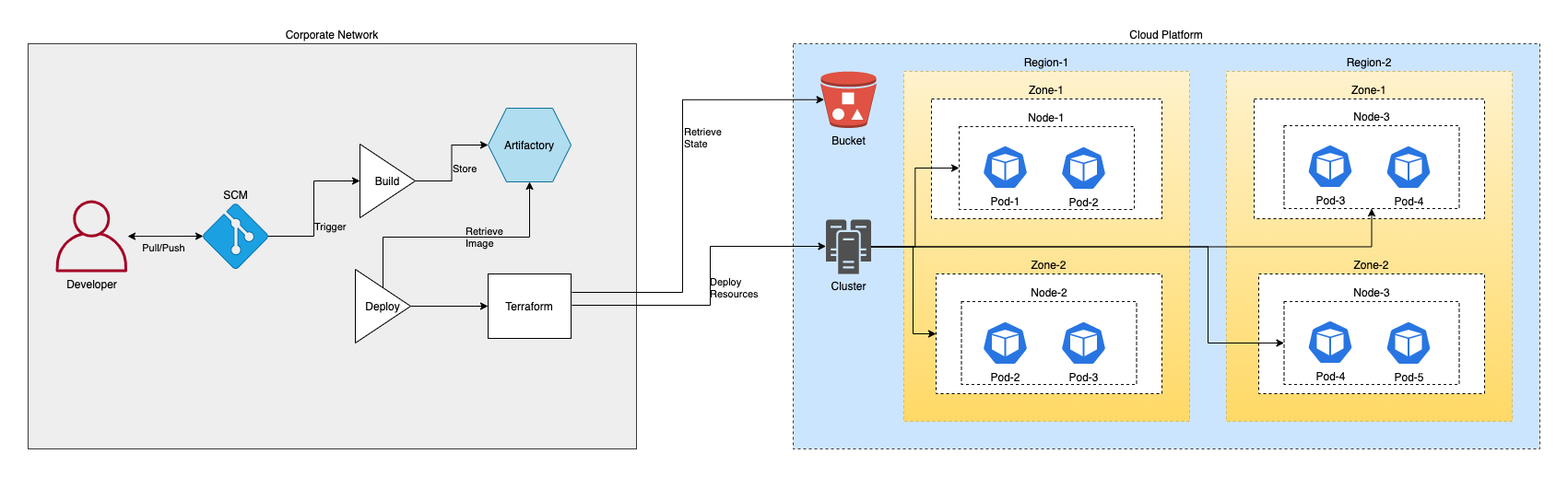
The draw.io diagram docs/generic-devops.png in sarathcakurathi/knowledge, before a commit. Source tidied: cells renumbered, new cells last; positions are measured from the earlier drawing's top-left corner, leaving out a move shared by most shapes.
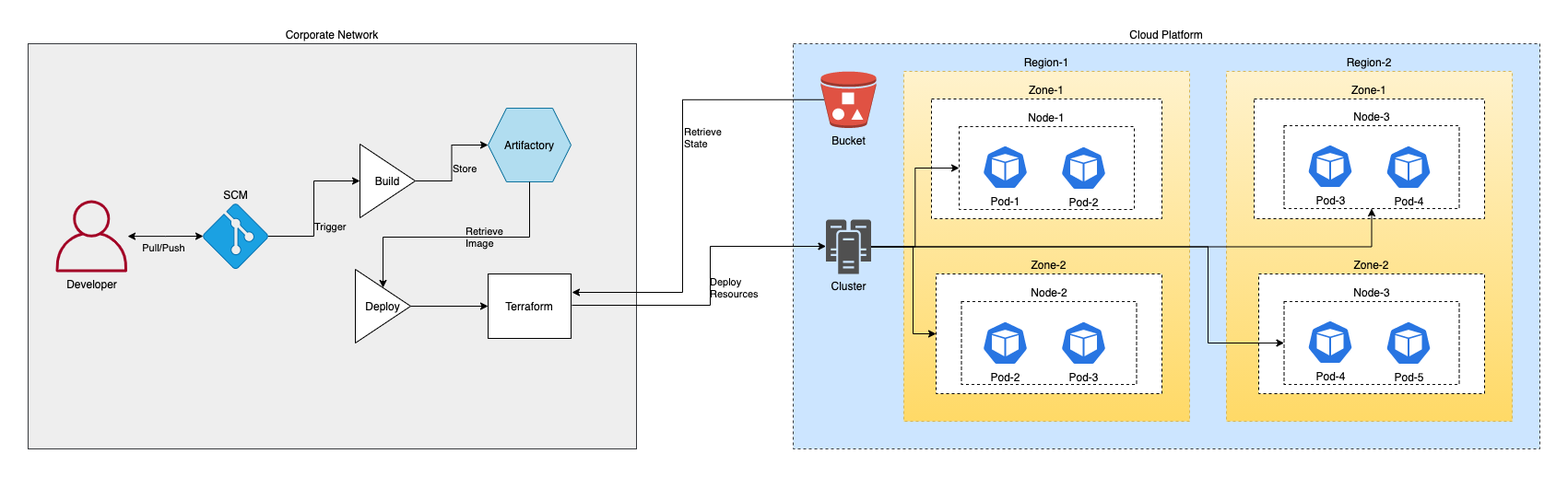
After the change.

Change to the diagram source:
```diff
@@ -55,7 +55,7 @@
     <mxCell id="18" value="Zone-2" style="rounded=0;whiteSpace=wrap;html=1;dashed=1;fontColor=#000000;strokeWidth=1;gradientColor=none;labelPosition=center;verticalLabelPosition=top;align=center;verticalAlign=bottom;" parent="1" vertex="1">
       <mxGeometry x="1335" y="250" width="245" height="130" as="geometry" />
     </mxCell>
-    <mxCell id="19" style="edgeStyle=orthogonalEdgeStyle;rounded=0;jettySize=auto;html=1;fontColor=#000000;startArrow=none;startFill=0;exitX=0.5;exitY=0;exitDx=0;exitDy=0;" parent="1" edge="1" source="46" target="12">
+    <mxCell id="19" style="edgeStyle=orthogonalEdgeStyle;rounded=0;jettySize=auto;html=1;fontColor=#000000;startArrow=classic;startFill=1;exitX=0.5;exitY=0;exitDx=0;exitDy=0;endArrow=none;endFill=0;" parent="1" edge="1" source="46" target="12">
       <mxGeometry relative="1" as="geometry">
         <Array as="points">
           <mxPoint x="385" y="210" />
@@ -78,7 +78,7 @@
     <mxCell id="22" value="Deploy&amp;nbsp;&lt;br&gt;Resources" style="edgeLabel;html=1;align=left;verticalAlign=middle;fontColor=#000000;labelPosition=right;verticalLabelPosition=middle;labelBackgroundColor=none;" parent="21" vertex="1">
       <mxGeometry y="2" relative="1" as="geometry" />
     </mxCell>
-    <mxCell id="23" style="edgeStyle=orthogonalEdgeStyle;rounded=0;jettySize=auto;html=1;entryX=0.06;entryY=0.5;entryDx=0;entryDy=0;entryPerimeter=0;fontColor=#000000;startArrow=none;startFill=0;endArrow=classic;endFill=1;" parent="1" edge="1" target="25">
+    <mxCell id="23" style="edgeStyle=orthogonalEdgeStyle;rounded=0;jettySize=auto;html=1;entryX=0.06;entryY=0.5;entryDx=0;entryDy=0;entryPerimeter=0;fontColor=#000000;startArrow=classic;startFill=1;endArrow=none;endFill=0;" parent="1" edge="1" target="25">
       <mxGeometry relative="1" as="geometry">
         <mxPoint x="590" y="270" as="sourcePoint" />
         <Array as="points">
```
